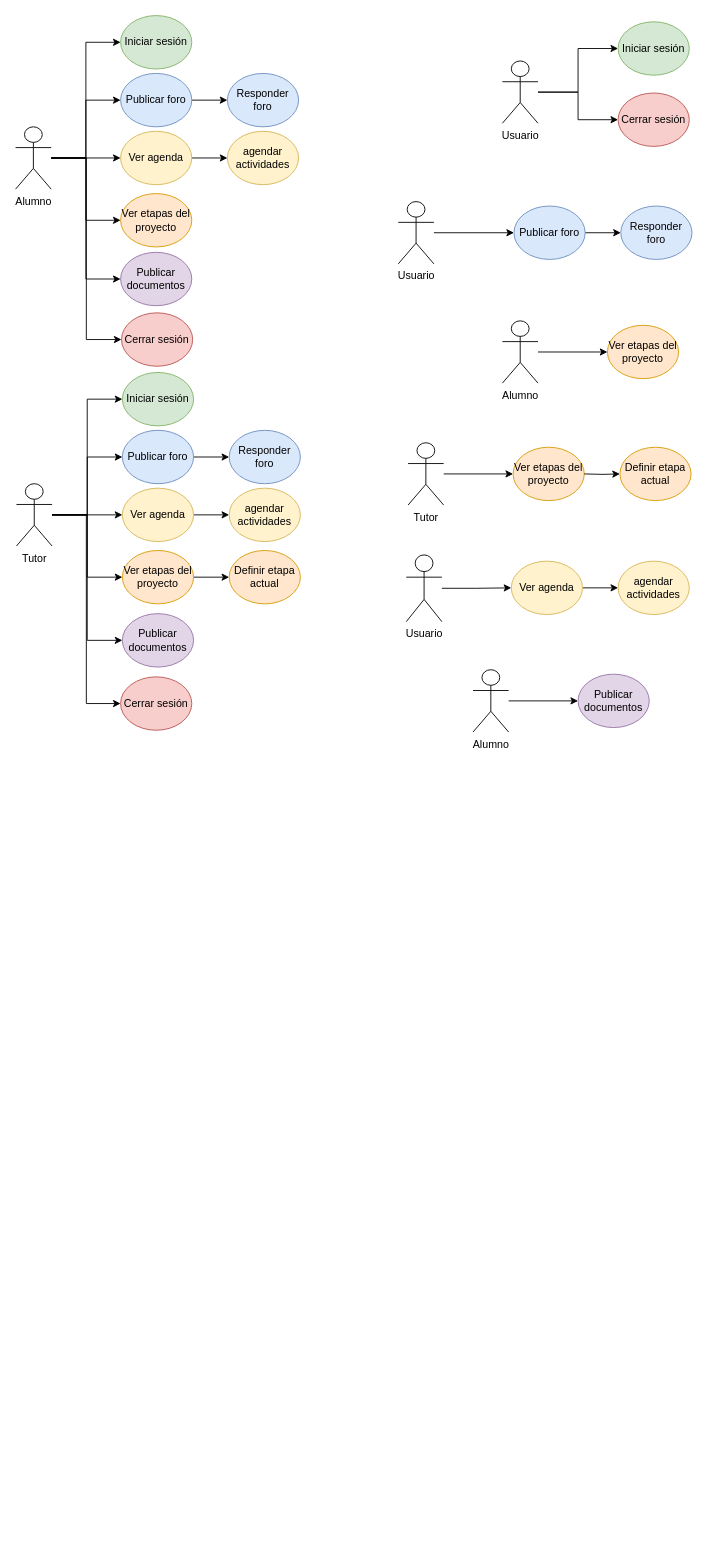
SantiagoPri/Matragra keeps this draw.io diagram as page "Casos de uso" (1 of 2) of diagramas de casos de uso.drawio. Above is the earlier version. Source tidied: cells renumbered, new cells numbered last; positions are measured from the earlier drawing's top-left corner, leaving out a move shared by most shapes. Both pictures are drawn from the tidied source at 89%, with x=0, y=0 at pixel (15, 15).
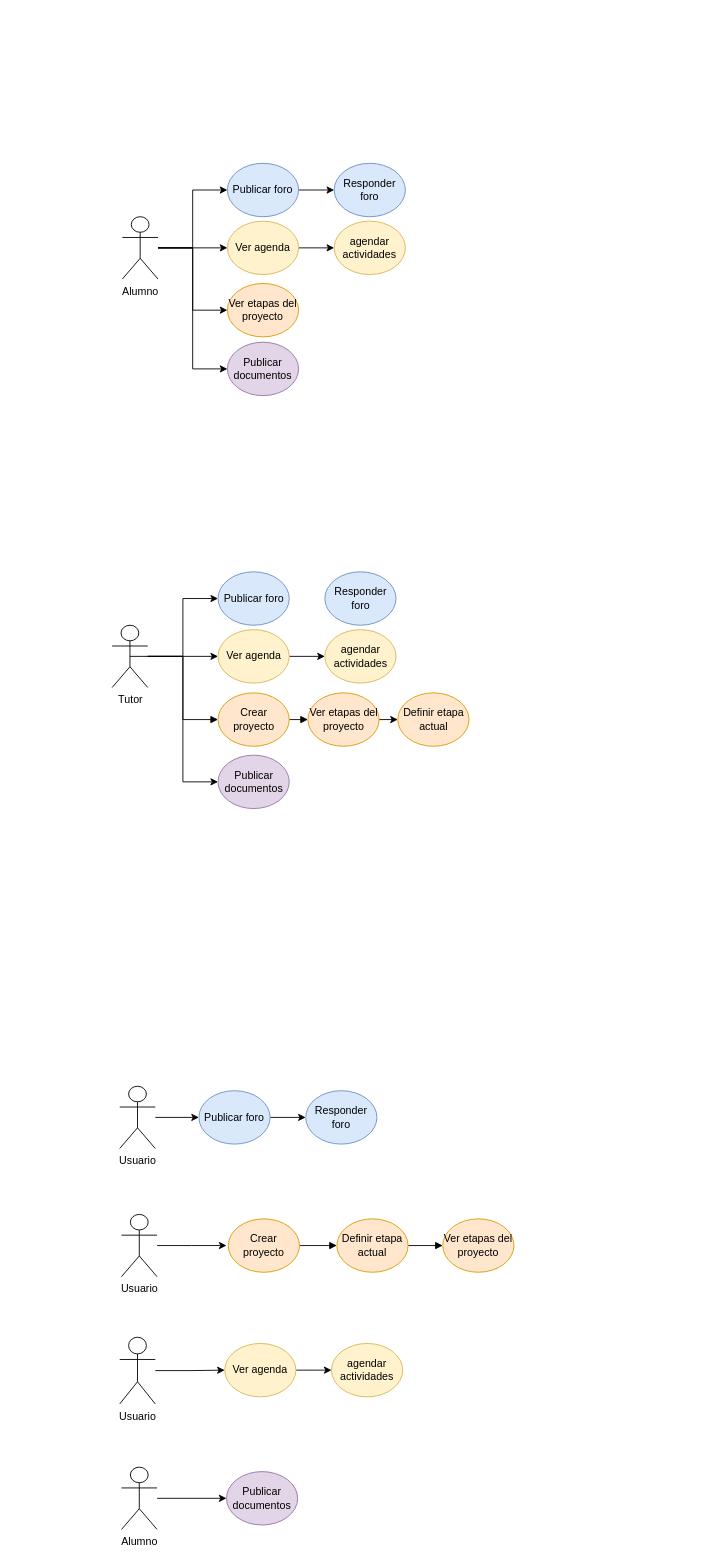
The same diagram, later.

Commit message (it also covers changes not shown here):
casos de uso

Diff of the diagram source:
```diff
@@
-    <mxCell id="2" style="edgeStyle=orthogonalEdgeStyle;rounded=0;jettySize=auto;html=1;entryX=0;entryY=0.5;entryDx=0;entryDy=0;" parent="1" edge="1" source="8" target="17">
-      <mxGeometry relative="1" as="geometry" />
-    </mxCell>
@@
-    <mxCell id="6" style="edgeStyle=orthogonalEdgeStyle;rounded=0;jettySize=auto;html=1;entryX=0;entryY=0.5;entryDx=0;entryDy=0;" parent="1" edge="1" source="8" target="35">
-      <mxGeometry relative="1" as="geometry" />
-    </mxCell>
@@
     <mxCell id="8" value="Alumno" style="shape=umlActor;verticalLabelPosition=bottom;verticalAlign=top;html=1;outlineConnect=0;" parent="1" vertex="1">
-      <mxGeometry y="125" width="40" height="70" as="geometry" />
+      <mxGeometry x="120" y="226" width="40" height="70" as="geometry" />
     </mxCell>
-    <mxCell id="9" style="edgeStyle=orthogonalEdgeStyle;rounded=0;jettySize=auto;html=1;entryX=0;entryY=0.5;entryDx=0;entryDy=0;" parent="1" edge="1" source="15" target="16">
-      <mxGeometry relative="1" as="geometry" />
-    </mxCell>
@@
-    <mxCell id="12" style="edgeStyle=orthogonalEdgeStyle;rounded=0;jettySize=auto;html=1;entryX=0;entryY=0.5;entryDx=0;entryDy=0;" parent="1" edge="1" source="15" target="32">
-      <mxGeometry relative="1" as="geometry" />
-    </mxCell>
-    <mxCell id="13" style="edgeStyle=orthogonalEdgeStyle;rounded=0;jettySize=auto;html=1;entryX=0;entryY=0.5;entryDx=0;entryDy=0;" parent="1" edge="1" source="15" target="34">
-      <mxGeometry relative="1" as="geometry" />
-    </mxCell>
@@
+    <mxCell id="64" style="edgeStyle=orthogonalEdgeStyle;rounded=0;jettySize=auto;html=1;exitX=0.5;exitY=0.5;exitDx=0;exitDy=0;exitPerimeter=0;entryX=0;entryY=0.5;entryDx=0;entryDy=0;endArrow=block;endFill=1;" parent="1" edge="1" source="15" target="69">
+      <mxGeometry relative="1" as="geometry" />
+    </mxCell>
     <mxCell id="15" value="Tutor" style="shape=umlActor;verticalLabelPosition=bottom;verticalAlign=top;html=1;outlineConnect=0;" parent="1" vertex="1">
-      <mxGeometry x="1" y="526" width="40" height="70" as="geometry" />
+      <mxGeometry x="108.5" y="685" width="40" height="70" as="geometry" />
     </mxCell>
-    <mxCell id="16" value="Iniciar sesión" style="ellipse;whiteSpace=wrap;html=1;fillColor=#d5e8d4;strokeColor=#82b366;" parent="1" vertex="1">
-      <mxGeometry x="120" y="401" width="80" height="60" as="geometry" />
-    </mxCell>
-    <mxCell id="17" value="Iniciar sesión" style="ellipse;whiteSpace=wrap;html=1;fillColor=#d5e8d4;strokeColor=#82b366;" parent="1" vertex="1">
-      <mxGeometry x="118" width="80" height="60" as="geometry" />
-    </mxCell>
-    <mxCell id="18" style="edgeStyle=orthogonalEdgeStyle;rounded=0;jettySize=auto;html=1;exitX=1;exitY=0.5;exitDx=0;exitDy=0;entryX=0;entryY=0.5;entryDx=0;entryDy=0;" parent="1" edge="1" source="19" target="20">
-      <mxGeometry relative="1" as="geometry" />
-    </mxCell>
     <mxCell id="19" value="Publicar foro" style="ellipse;whiteSpace=wrap;html=1;fillColor=#dae8fc;strokeColor=#6c8ebf;" parent="1" vertex="1">
-      <mxGeometry x="120" y="466" width="80" height="60" as="geometry" />
+      <mxGeometry x="227.5" y="625" width="80" height="60" as="geometry" />
     </mxCell>
     <mxCell id="20" value="Responder foro" style="ellipse;whiteSpace=wrap;html=1;fillColor=#dae8fc;strokeColor=#6c8ebf;" parent="1" vertex="1">
-      <mxGeometry x="240" y="466" width="80" height="60" as="geometry" />
+      <mxGeometry x="347.5" y="625" width="80" height="60" as="geometry" />
     </mxCell>
@@
     <mxCell id="22" value="Publicar foro" style="ellipse;whiteSpace=wrap;html=1;fillColor=#dae8fc;strokeColor=#6c8ebf;" parent="1" vertex="1">
-      <mxGeometry x="118" y="65" width="80" height="60" as="geometry" />
+      <mxGeometry x="238" y="166" width="80" height="60" as="geometry" />
     </mxCell>
     <mxCell id="23" value="Responder foro" style="ellipse;whiteSpace=wrap;html=1;fillColor=#dae8fc;strokeColor=#6c8ebf;" parent="1" vertex="1">
-      <mxGeometry x="238" y="65" width="80" height="60" as="geometry" />
+      <mxGeometry x="358" y="166" width="80" height="60" as="geometry" />
     </mxCell>
@@
     <mxCell id="25" value="Ver agenda" style="ellipse;whiteSpace=wrap;html=1;fillColor=#fff2cc;strokeColor=#d6b656;" parent="1" vertex="1">
-      <mxGeometry x="118" y="130" width="80" height="60" as="geometry" />
+      <mxGeometry x="238" y="231" width="80" height="60" as="geometry" />
     </mxCell>
     <mxCell id="26" value="agendar actividades" style="ellipse;whiteSpace=wrap;html=1;fillColor=#fff2cc;strokeColor=#d6b656;" parent="1" vertex="1">
-      <mxGeometry x="238" y="130" width="80" height="60" as="geometry" />
+      <mxGeometry x="358" y="231" width="80" height="60" as="geometry" />
     </mxCell>
@@
     <mxCell id="28" value="Ver agenda" style="ellipse;whiteSpace=wrap;html=1;fillColor=#fff2cc;strokeColor=#d6b656;" parent="1" vertex="1">
-      <mxGeometry x="120" y="531" width="80" height="60" as="geometry" />
+      <mxGeometry x="227.5" y="690" width="80" height="60" as="geometry" />
     </mxCell>
     <mxCell id="29" value="agendar actividades" style="ellipse;whiteSpace=wrap;html=1;fillColor=#fff2cc;strokeColor=#d6b656;" parent="1" vertex="1">
-      <mxGeometry x="240" y="531" width="80" height="60" as="geometry" />
+      <mxGeometry x="347.5" y="690" width="80" height="60" as="geometry" />
     </mxCell>
     <mxCell id="30" value="Ver etapas del proyecto" style="ellipse;whiteSpace=wrap;html=1;fillColor=#ffe6cc;strokeColor=#d79b00;" parent="1" vertex="1">
-      <mxGeometry x="118" y="200" width="80" height="60" as="geometry" />
+      <mxGeometry x="238" y="301" width="80" height="60" as="geometry" />
     </mxCell>
@@
     <mxCell id="32" value="Ver etapas del proyecto" style="ellipse;whiteSpace=wrap;html=1;fillColor=#ffe6cc;strokeColor=#d79b00;" parent="1" vertex="1">
-      <mxGeometry x="120" y="601" width="80" height="60" as="geometry" />
+      <mxGeometry x="328.5" y="761" width="80" height="60" as="geometry" />
     </mxCell>
     <mxCell id="33" value="Definir etapa actual" style="ellipse;whiteSpace=wrap;html=1;fillColor=#ffe6cc;strokeColor=#d79b00;" parent="1" vertex="1">
-      <mxGeometry x="240" y="601" width="80" height="60" as="geometry" />
+      <mxGeometry x="429.5" y="761" width="80" height="60" as="geometry" />
     </mxCell>
-    <mxCell id="34" value="Cerrar sesión" style="ellipse;whiteSpace=wrap;html=1;fillColor=#f8cecc;strokeColor=#b85450;" parent="1" vertex="1">
-      <mxGeometry x="118" y="743" width="80" height="60" as="geometry" />
-    </mxCell>
-    <mxCell id="35" value="Cerrar sesión" style="ellipse;whiteSpace=wrap;html=1;fillColor=#f8cecc;strokeColor=#b85450;" parent="1" vertex="1">
-      <mxGeometry x="119" y="334" width="80" height="60" as="geometry" />
-    </mxCell>
-    <mxCell id="36" style="edgeStyle=orthogonalEdgeStyle;rounded=0;jettySize=auto;html=1;entryX=0;entryY=0.5;entryDx=0;entryDy=0;" parent="1" edge="1" source="38" target="39">
-      <mxGeometry relative="1" as="geometry" />
-    </mxCell>
-    <mxCell id="37" style="edgeStyle=orthogonalEdgeStyle;rounded=0;jettySize=auto;html=1;entryX=0;entryY=0.5;entryDx=0;entryDy=0;" parent="1" edge="1" source="38" target="40">
-      <mxGeometry relative="1" as="geometry" />
-    </mxCell>
-    <mxCell id="38" value="Usuario" style="shape=umlActor;verticalLabelPosition=bottom;verticalAlign=top;html=1;outlineConnect=0;" parent="1" vertex="1">
-      <mxGeometry x="547" y="51" width="40" height="70" as="geometry" />
-    </mxCell>
-    <mxCell id="39" value="Iniciar sesión" style="ellipse;whiteSpace=wrap;html=1;fillColor=#d5e8d4;strokeColor=#82b366;" parent="1" vertex="1">
-      <mxGeometry x="677" y="7" width="80" height="60" as="geometry" />
-    </mxCell>
-    <mxCell id="40" value="Cerrar sesión" style="ellipse;whiteSpace=wrap;html=1;fillColor=#f8cecc;strokeColor=#b85450;" parent="1" vertex="1">
-      <mxGeometry x="677" y="87" width="80" height="60" as="geometry" />
-    </mxCell>
@@
     <mxCell id="42" value="Usuario" style="shape=umlActor;verticalLabelPosition=bottom;verticalAlign=top;html=1;outlineConnect=0;" parent="1" vertex="1">
-      <mxGeometry x="430" y="209" width="40" height="70" as="geometry" />
+      <mxGeometry x="117" y="1203" width="40" height="70" as="geometry" />
     </mxCell>
@@
     <mxCell id="44" value="Publicar foro" style="ellipse;whiteSpace=wrap;html=1;fillColor=#dae8fc;strokeColor=#6c8ebf;" parent="1" vertex="1">
-      <mxGeometry x="560" y="214" width="80" height="60" as="geometry" />
+      <mxGeometry x="206" y="1208" width="80" height="60" as="geometry" />
     </mxCell>
     <mxCell id="45" value="Responder foro" style="ellipse;whiteSpace=wrap;html=1;fillColor=#dae8fc;strokeColor=#6c8ebf;" parent="1" vertex="1">
-      <mxGeometry x="680" y="214" width="80" height="60" as="geometry" />
+      <mxGeometry x="326" y="1208" width="80" height="60" as="geometry" />
     </mxCell>
-    <mxCell id="46" style="edgeStyle=orthogonalEdgeStyle;rounded=0;jettySize=auto;html=1;entryX=0;entryY=0.5;entryDx=0;entryDy=0;" parent="1" edge="1" source="47" target="48">
-      <mxGeometry relative="1" as="geometry" />
-    </mxCell>
-    <mxCell id="47" value="Alumno" style="shape=umlActor;verticalLabelPosition=bottom;verticalAlign=top;html=1;outlineConnect=0;" parent="1" vertex="1">
-      <mxGeometry x="547" y="343" width="40" height="70" as="geometry" />
-    </mxCell>
     <mxCell id="48" value="Ver etapas del proyecto" style="ellipse;whiteSpace=wrap;html=1;fillColor=#ffe6cc;strokeColor=#d79b00;" parent="1" vertex="1">
-      <mxGeometry x="665" y="348" width="80" height="60" as="geometry" />
+      <mxGeometry x="480" y="1352" width="80" height="60" as="geometry" />
     </mxCell>
@@
     <mxCell id="50" value="Usuario" style="shape=umlActor;verticalLabelPosition=bottom;verticalAlign=top;html=1;outlineConnect=0;" parent="1" vertex="1">
-      <mxGeometry x="439" y="606" width="40" height="75" as="geometry" />
+      <mxGeometry x="117" y="1485" width="40" height="75" as="geometry" />
     </mxCell>
@@
     <mxCell id="52" value="Ver agenda" style="ellipse;whiteSpace=wrap;html=1;fillColor=#fff2cc;strokeColor=#d6b656;" parent="1" vertex="1">
-      <mxGeometry x="557" y="613" width="80" height="60" as="geometry" />
+      <mxGeometry x="235" y="1492" width="80" height="60" as="geometry" />
     </mxCell>
     <mxCell id="53" value="agendar actividades" style="ellipse;whiteSpace=wrap;html=1;fillColor=#fff2cc;strokeColor=#d6b656;" parent="1" vertex="1">
-      <mxGeometry x="677" y="613" width="80" height="60" as="geometry" />
+      <mxGeometry x="355" y="1492" width="80" height="60" as="geometry" />
     </mxCell>
-    <mxCell id="54" style="edgeStyle=orthogonalEdgeStyle;rounded=0;jettySize=auto;html=1;entryX=0;entryY=0.5;entryDx=0;entryDy=0;" parent="1" edge="1" source="55" target="56">
-      <mxGeometry relative="1" as="geometry" />
+    <mxCell id="54" style="edgeStyle=orthogonalEdgeStyle;rounded=0;jettySize=auto;html=1;entryX=0;entryY=0.5;entryDx=0;entryDy=0;" parent="1" edge="1" source="55">
+      <mxGeometry relative="1" as="geometry">
+        <mxPoint x="237" y="1382" as="targetPoint" />
+      </mxGeometry>
     </mxCell>
-    <mxCell id="55" value="Tutor" style="shape=umlActor;verticalLabelPosition=bottom;verticalAlign=top;html=1;outlineConnect=0;" parent="1" vertex="1">
-      <mxGeometry x="441" y="480" width="40" height="70" as="geometry" />
+    <mxCell id="55" value="Usuario" style="shape=umlActor;verticalLabelPosition=bottom;verticalAlign=top;html=1;outlineConnect=0;" parent="1" vertex="1">
+      <mxGeometry x="119" y="1347" width="40" height="70" as="geometry" />
     </mxCell>
-    <mxCell id="56" value="Ver etapas del proyecto" style="ellipse;whiteSpace=wrap;html=1;fillColor=#ffe6cc;strokeColor=#d79b00;" parent="1" vertex="1">
-      <mxGeometry x="559" y="485" width="80" height="60" as="geometry" />
-    </mxCell>
-    <mxCell id="57" style="edgeStyle=orthogonalEdgeStyle;rounded=0;jettySize=auto;html=1;exitX=1;exitY=0.5;exitDx=0;exitDy=0;entryX=0;entryY=0.5;entryDx=0;entryDy=0;" parent="1" edge="1" target="58">
-      <mxGeometry relative="1" as="geometry">
-        <mxPoint x="639" y="515" as="sourcePoint" />
-      </mxGeometry>
-    </mxCell>
+    <mxCell id="65" style="edgeStyle=orthogonalEdgeStyle;rounded=0;jettySize=auto;html=1;exitX=1;exitY=0.5;exitDx=0;exitDy=0;entryX=0;entryY=0.5;entryDx=0;entryDy=0;endArrow=block;endFill=1;" parent="1" edge="1" source="58" target="48">
+      <mxGeometry relative="1" as="geometry" />
+    </mxCell>
     <mxCell id="58" value="Definir etapa actual" style="ellipse;whiteSpace=wrap;html=1;fillColor=#ffe6cc;strokeColor=#d79b00;" parent="1" vertex="1">
-      <mxGeometry x="679" y="485" width="80" height="60" as="geometry" />
+      <mxGeometry x="361" y="1352" width="80" height="60" as="geometry" />
     </mxCell>
     <mxCell id="59" value="Publicar documentos" style="ellipse;whiteSpace=wrap;html=1;fillColor=#e1d5e7;strokeColor=#9673a6;" parent="1" vertex="1">
-      <mxGeometry x="118" y="266" width="80" height="60" as="geometry" />
+      <mxGeometry x="238" y="367" width="80" height="60" as="geometry" />
     </mxCell>
@@
     <mxCell id="61" value="Alumno" style="shape=umlActor;verticalLabelPosition=bottom;verticalAlign=top;html=1;outlineConnect=0;" parent="1" vertex="1">
-      <mxGeometry x="514" y="735" width="40" height="70" as="geometry" />
+      <mxGeometry x="119" y="1631" width="40" height="70" as="geometry" />
     </mxCell>
     <mxCell id="62" value="Publicar documentos" style="ellipse;whiteSpace=wrap;html=1;fillColor=#e1d5e7;strokeColor=#9673a6;" parent="1" vertex="1">
-      <mxGeometry x="632" y="740" width="80" height="60" as="geometry" />
+      <mxGeometry x="237" y="1636" width="80" height="60" as="geometry" />
     </mxCell>
     <mxCell id="63" value="Publicar documentos" style="ellipse;whiteSpace=wrap;html=1;fillColor=#e1d5e7;strokeColor=#9673a6;" parent="1" vertex="1">
-      <mxGeometry x="120" y="672" width="80" height="60" as="geometry" />
+      <mxGeometry x="227.5" y="831" width="80" height="60" as="geometry" />
     </mxCell>
+    <mxCell id="66" style="edgeStyle=orthogonalEdgeStyle;rounded=0;jettySize=auto;html=1;exitX=1;exitY=0.5;exitDx=0;exitDy=0;entryX=0;entryY=0.5;entryDx=0;entryDy=0;endArrow=block;endFill=1;" parent="1" edge="1" source="67" target="58">
+      <mxGeometry relative="1" as="geometry" />
+    </mxCell>
+    <mxCell id="67" value="Crear proyecto" style="ellipse;whiteSpace=wrap;html=1;fillColor=#ffe6cc;strokeColor=#d79b00;" parent="1" vertex="1">
+      <mxGeometry x="239" y="1352" width="80" height="60" as="geometry" />
+    </mxCell>
+    <mxCell id="68" style="edgeStyle=orthogonalEdgeStyle;rounded=0;jettySize=auto;html=1;exitX=1;exitY=0.5;exitDx=0;exitDy=0;entryX=0;entryY=0.5;entryDx=0;entryDy=0;endArrow=block;endFill=1;" parent="1" edge="1" source="69" target="32">
+      <mxGeometry relative="1" as="geometry" />
+    </mxCell>
+    <mxCell id="69" value="Crear proyecto" style="ellipse;whiteSpace=wrap;html=1;fillColor=#ffe6cc;strokeColor=#d79b00;" parent="1" vertex="1">
+      <mxGeometry x="227.5" y="761" width="80" height="60" as="geometry" />
+    </mxCell>
```
